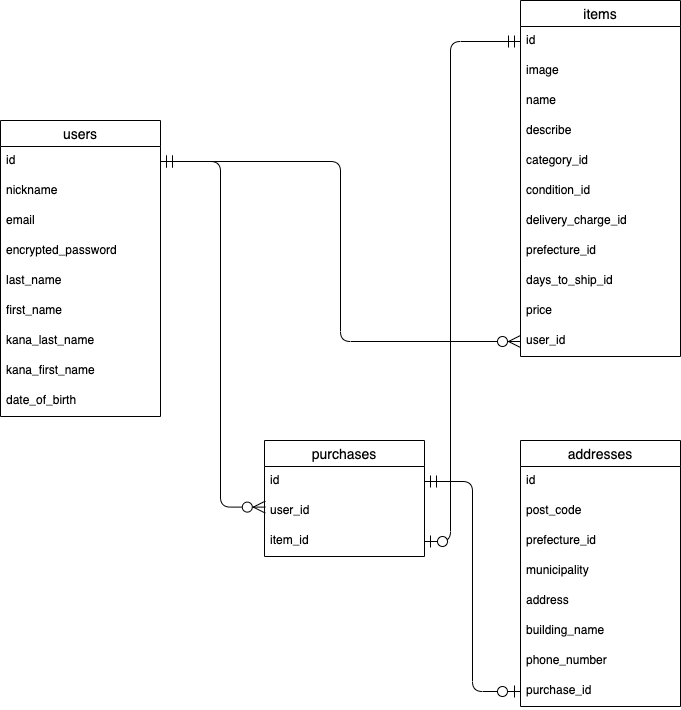
Earlier version of the draw.io export tables.png (yoma2003/furima-38038). Source tidied: cells renumbered, new cells last; positions are measured from the earlier drawing's top-left corner, leaving out a move shared by most shapes.
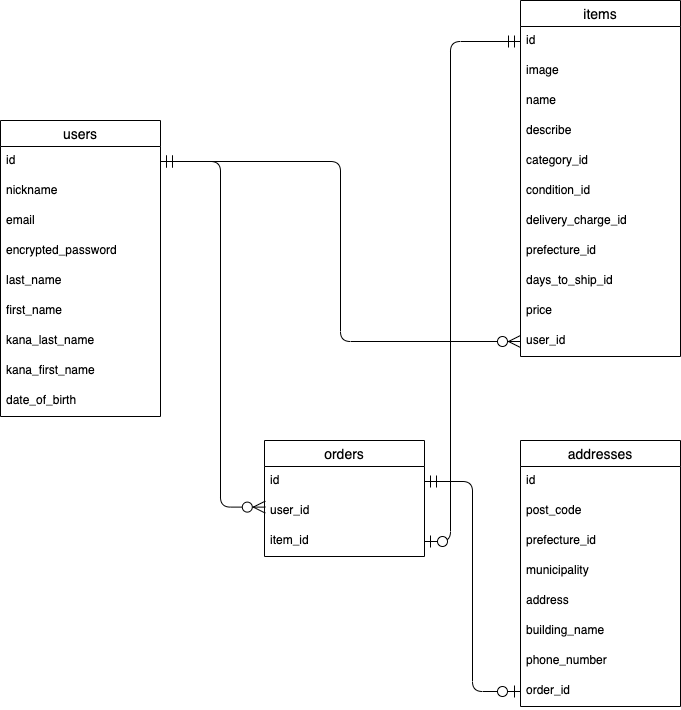
Later version of the same file.

Change to the diagram source:
```diff
@@ -92,7 +92,7 @@
     <mxCell id="31" value="phone_number" style="text;strokeColor=none;fillColor=none;spacingLeft=4;spacingRight=4;overflow=hidden;fontSize=12;" parent="24" vertex="1">
       <mxGeometry y="206" width="160" height="30" as="geometry" />
     </mxCell>
-    <mxCell id="32" value="purchase_id" style="text;strokeColor=none;fillColor=none;spacingLeft=4;spacingRight=4;overflow=hidden;points=[[0,0.5],[1,0.5]];portConstraint=eastwest;fontSize=12;" parent="24" vertex="1">
+    <mxCell id="32" value="order_id" style="text;strokeColor=none;fillColor=none;spacingLeft=4;spacingRight=4;overflow=hidden;points=[[0,0.5],[1,0.5]];portConstraint=eastwest;fontSize=12;" parent="24" vertex="1">
       <mxGeometry y="236" width="160" height="30" as="geometry" />
     </mxCell>
     <mxCell id="33" style="edgeStyle=orthogonalEdgeStyle;fontSize=12;html=1;endArrow=ERzeroToMany;startArrow=ERmandOne;rounded=1;startSize=10;endSize=10;jumpSize=6;exitX=1;exitY=0.5;exitDx=0;exitDy=0;entryX=0;entryY=0.5;entryDx=0;entryDy=0;" parent="1" edge="1" source="3" target="23">
@@ -114,7 +114,7 @@
         </Array>
       </mxGeometry>
     </mxCell>
-    <mxCell id="36" value="purchases" style="swimlane;fontStyle=0;horizontal=1;startSize=26;align=center;fontSize=14;" parent="1" vertex="1">
+    <mxCell id="36" value="orders" style="swimlane;fontStyle=0;horizontal=1;startSize=26;align=center;fontSize=14;" parent="1" vertex="1">
       <mxGeometry x="264" y="440" width="160" height="116" as="geometry" />
     </mxCell>
     <mxCell id="37" value="id" style="text;strokeColor=none;fillColor=none;spacingLeft=4;spacingRight=4;overflow=hidden;points=[[0,0.5],[1,0.5]];portConstraint=eastwest;fontSize=12;" parent="36" vertex="1">
```
